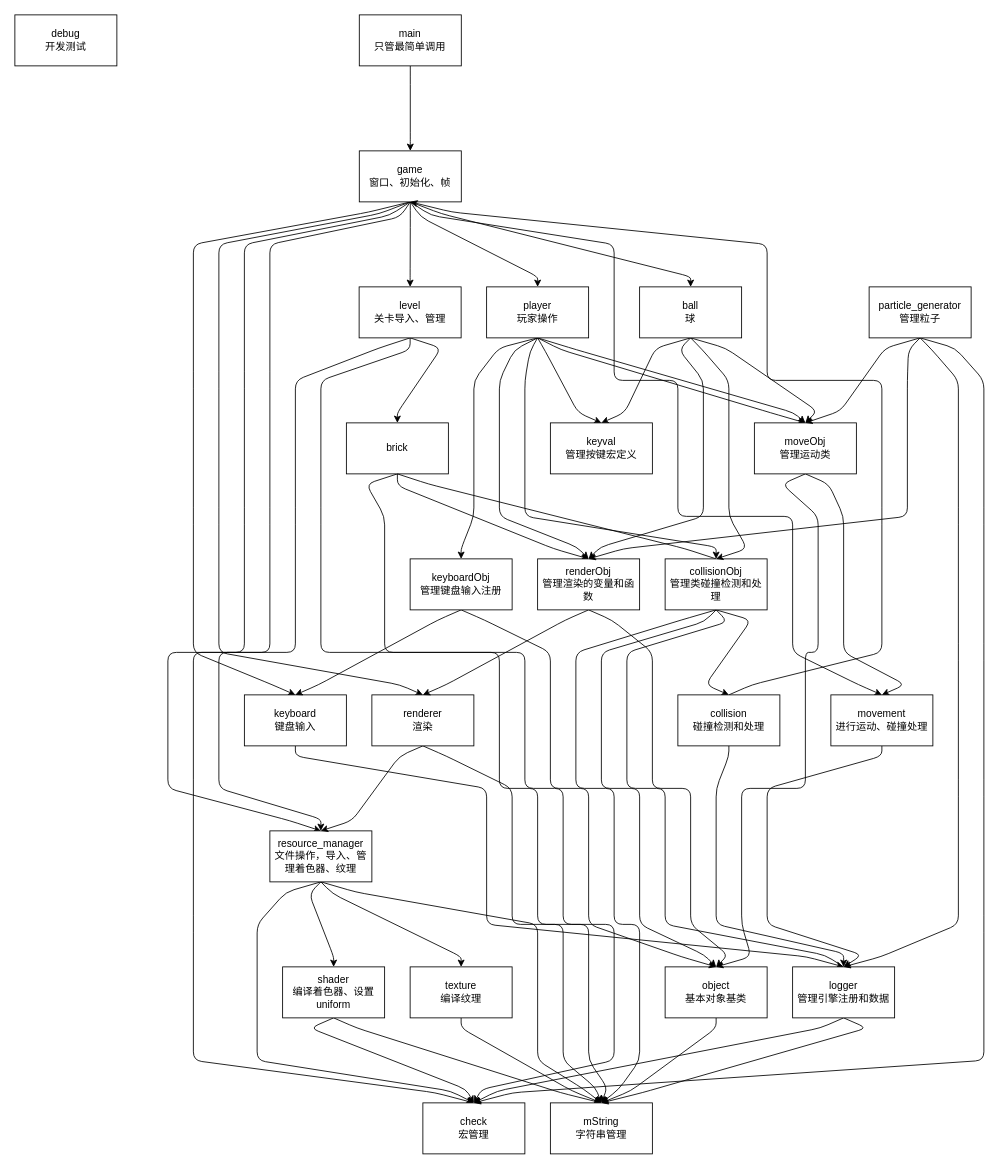
The draw.io diagram architecture.drawio in HFBYM/breakout_redux, before the edit. Source tidied: cells renumbered, new cells numbered last; positions are measured from the earlier drawing's top-left corner, leaving out a move shared by most shapes. Both pictures are drawn from the tidied source at 85%, with x=0, y=0 at pixel (14, 14).
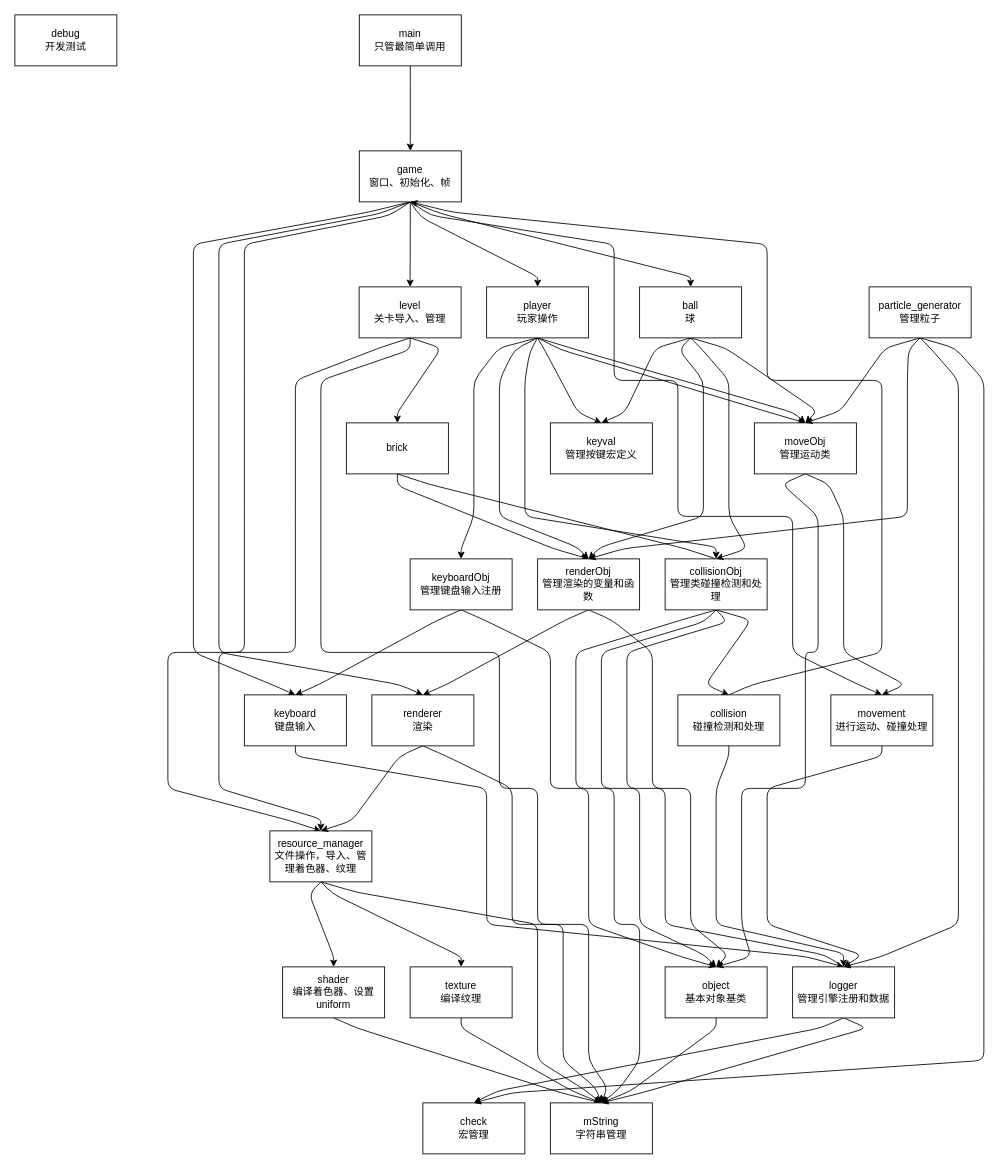
Above is the later version.

The change refers to these unchanged cells:
```xml
<mxCell id="12" value="game&lt;br&gt;窗口、初始化、帧" style="rounded=0;whiteSpace=wrap;html=1;" parent="1" vertex="1">
  <mxGeometry x="405.2" y="160" width="120" height="60" as="geometry" />
</mxCell>
<mxCell id="20" value="resource_manager&lt;br&gt;文件操作，导入、管理着色器、纹理" style="rounded=0;whiteSpace=wrap;html=1;" parent="1" vertex="1">
  <mxGeometry x="300" y="960" width="120" height="60" as="geometry" />
</mxCell>
<mxCell id="23" value="shader&lt;br&gt;编译着色器、设置uniform" style="rounded=0;whiteSpace=wrap;html=1;" parent="1" vertex="1">
  <mxGeometry x="315" y="1120" width="120" height="60" as="geometry" />
</mxCell>
<mxCell id="34" value="brick" style="rounded=0;whiteSpace=wrap;html=1;" parent="1" vertex="1">
  <mxGeometry x="390" y="480" width="120" height="60" as="geometry" />
</mxCell>
<mxCell id="40" value="check&lt;br&gt;宏管理" style="rounded=0;whiteSpace=wrap;html=1;" parent="1" vertex="1">
  <mxGeometry x="480" y="1280" width="120" height="60" as="geometry" />
</mxCell>
```

Change to the diagram source:
```diff
@@
-    <mxCell id="7" style="edgeStyle=none;html=1;exitX=0.5;exitY=1;exitDx=0;exitDy=0;entryX=0.5;entryY=0;entryDx=0;entryDy=0;noEdgeStyle=1;orthogonal=1;" parent="1" edge="1" source="12" target="40">
-      <mxGeometry relative="1" as="geometry">
-        <Array as="points">
-          <mxPoint x="453" y="238" />
-          <mxPoint x="300" y="270" />
-          <mxPoint x="300" y="430" />
-          <mxPoint x="300" y="430" />
-          <mxPoint x="300" y="590" />
-          <mxPoint x="300" y="590" />
-          <mxPoint x="300" y="750" />
-          <mxPoint x="210" y="750" />
-          <mxPoint x="210" y="910" />
-          <mxPoint x="210" y="910" />
-          <mxPoint x="210" y="1070" />
-          <mxPoint x="210" y="1070" />
-          <mxPoint x="210" y="1230" />
-          <mxPoint x="494.2" y="1268" />
-        </Array>
-      </mxGeometry>
-    </mxCell>
@@
-    <mxCell id="18" style="edgeStyle=none;html=1;exitX=0.5;exitY=1;exitDx=0;exitDy=0;entryX=0.5;entryY=0;entryDx=0;entryDy=0;noEdgeStyle=1;orthogonal=1;" parent="1" edge="1" source="20" target="40">
-      <mxGeometry relative="1" as="geometry">
-        <Array as="points">
-          <mxPoint x="318.8" y="1032" />
-          <mxPoint x="285" y="1070" />
-          <mxPoint x="285" y="1230" />
-          <mxPoint x="512.5" y="1266" />
-        </Array>
-      </mxGeometry>
-    </mxCell>
@@
-    <mxCell id="21" style="edgeStyle=none;html=1;exitX=0.5;exitY=1;exitDx=0;exitDy=0;entryX=0.5;entryY=0;entryDx=0;entryDy=0;noEdgeStyle=1;orthogonal=1;" parent="1" edge="1" source="23" target="40">
-      <mxGeometry relative="1" as="geometry">
-        <Array as="points">
-          <mxPoint x="347.5" y="1192" />
-          <mxPoint x="530.8" y="1264" />
-        </Array>
-      </mxGeometry>
-    </mxCell>
@@
-    <mxCell id="33" style="edgeStyle=none;html=1;exitX=0.5;exitY=1;exitDx=0;exitDy=0;entryX=0.5;entryY=0;entryDx=0;entryDy=0;noEdgeStyle=1;orthogonal=1;" parent="1" edge="1" source="34" target="40">
-      <mxGeometry relative="1" as="geometry">
-        <Array as="points">
-          <mxPoint x="413.3" y="552" />
-          <mxPoint x="435" y="590" />
-          <mxPoint x="435" y="750" />
-          <mxPoint x="600" y="750" />
-          <mxPoint x="600" y="910" />
-          <mxPoint x="645" y="910" />
-          <mxPoint x="645" y="1070" />
-          <mxPoint x="705" y="1070" />
-          <mxPoint x="705" y="1230" />
-          <mxPoint x="549.2" y="1264" />
-        </Array>
-      </mxGeometry>
-    </mxCell>
```
